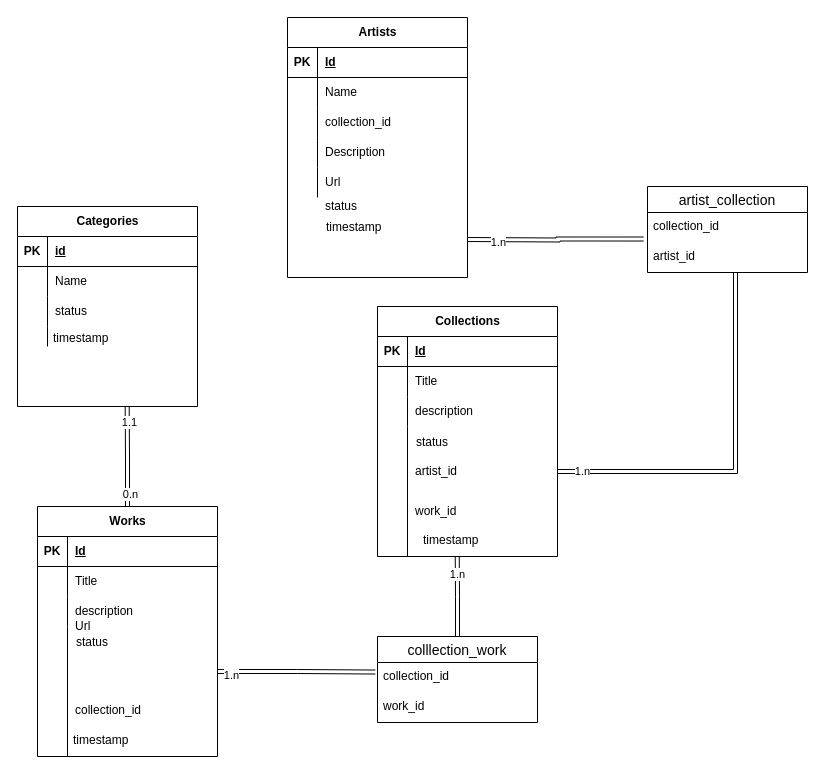
Above: mcd.drawio in sandrajade/Atelierdusud (draw.io), before the change. Source tidied: cells renumbered, new cells numbered last; positions are measured from the earlier drawing's top-left corner, leaving out a move shared by most shapes. Both pictures are drawn from the tidied source at 100%, with x=0, y=0 at pixel (17, 17).
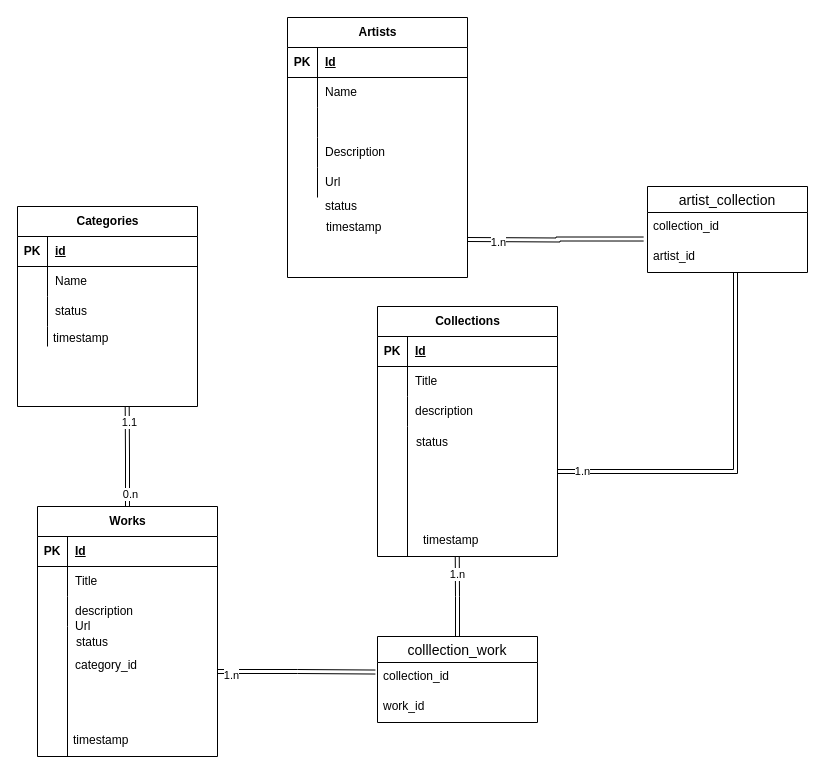
Above is the later version.

The change refers to these unchanged cells:
```xml
<mxCell id="22" style="shape=tableRow;horizontal=0;startSize=0;swimlaneHead=0;swimlaneBody=0;fillColor=none;top=0;left=0;right=0;bottom=0;" parent="15" vertex="1">
  <mxGeometry y="90" width="180" height="30" as="geometry" />
</mxCell>
<mxCell id="47" style="shape=tableRow;horizontal=0;startSize=0;swimlaneHead=0;swimlaneBody=0;fillColor=none;points=[[0,0.5],[1,0.5]];portConstraint=eastwest;top=0;left=0;right=0;bottom=0;" parent="1" vertex="1">
  <mxGeometry x="360" y="439" width="180" height="30" as="geometry" />
</mxCell>
<mxCell id="50" style="shape=tableRow;horizontal=0;startSize=0;swimlaneHead=0;swimlaneBody=0;fillColor=none;top=0;left=0;right=0;bottom=0;" parent="1" vertex="1">
  <mxGeometry x="360" y="479" width="180" height="30" as="geometry" />
</mxCell>
<mxCell id="75" style="shape=tableRow;horizontal=0;startSize=0;swimlaneHead=0;swimlaneBody=0;fillColor=none;points=[[0,0.5],[1,0.5]];portConstraint=eastwest;top=0;left=0;right=0;bottom=0;" parent="1" vertex="1">
  <mxGeometry x="20" y="639" width="180" height="30" as="geometry" />
</mxCell>
<mxCell id="78" style="shape=tableRow;horizontal=0;startSize=0;swimlaneHead=0;swimlaneBody=0;fillColor=none;top=0;left=0;right=0;bottom=0;" parent="1" vertex="1">
  <mxGeometry x="20" y="679" width="180" height="30" as="geometry" />
</mxCell>
```

Change to the diagram source:
```diff
@@
-    <mxCell id="24" value="collection_id" style="shape=partialRectangle;fillColor=none;top=0;left=0;bottom=0;right=0;align=left;spacingLeft=6;overflow=hidden;whiteSpace=wrap;html=1;" parent="22" vertex="1">
+    <mxCell id="24" style="shape=partialRectangle;fillColor=none;top=0;left=0;bottom=0;right=0;align=left;spacingLeft=6;overflow=hidden;whiteSpace=wrap;html=1;" parent="22" vertex="1">
       <mxGeometry x="30" width="150" height="30" as="geometry" />
     </mxCell>
@@
-    <mxCell id="49" value="artist_id" style="shape=partialRectangle;fillColor=none;top=0;left=0;bottom=0;right=0;align=left;spacingLeft=6;overflow=hidden;whiteSpace=wrap;html=1;" parent="47" vertex="1">
+    <mxCell id="49" style="shape=partialRectangle;fillColor=none;top=0;left=0;bottom=0;right=0;align=left;spacingLeft=6;overflow=hidden;whiteSpace=wrap;html=1;" parent="47" vertex="1">
       <mxGeometry x="30" width="150" height="30" as="geometry" />
     </mxCell>
@@
-    <mxCell id="52" value="work_id" style="shape=partialRectangle;fillColor=none;top=0;left=0;bottom=0;right=0;align=left;spacingLeft=6;overflow=hidden;whiteSpace=wrap;html=1;" parent="50" vertex="1">
+    <mxCell id="52" style="shape=partialRectangle;fillColor=none;top=0;left=0;bottom=0;right=0;align=left;spacingLeft=6;overflow=hidden;whiteSpace=wrap;html=1;" parent="50" vertex="1">
       <mxGeometry x="30" width="150" height="30" as="geometry" />
     </mxCell>
@@
-    <mxCell id="77" style="shape=partialRectangle;fillColor=none;top=0;left=0;bottom=0;right=0;align=left;spacingLeft=6;overflow=hidden;whiteSpace=wrap;html=1;" parent="75" vertex="1">
+    <mxCell id="77" value="category_id" style="shape=partialRectangle;fillColor=none;top=0;left=0;bottom=0;right=0;align=left;spacingLeft=6;overflow=hidden;whiteSpace=wrap;html=1;" parent="75" vertex="1">
       <mxGeometry x="30" y="-6" width="150" height="30" as="geometry" />
     </mxCell>
@@
-    <mxCell id="80" value="collection_id" style="shape=partialRectangle;fillColor=none;top=0;left=0;bottom=0;right=0;align=left;spacingLeft=6;overflow=hidden;whiteSpace=wrap;html=1;" parent="78" vertex="1">
+    <mxCell id="80" style="shape=partialRectangle;fillColor=none;top=0;left=0;bottom=0;right=0;align=left;spacingLeft=6;overflow=hidden;whiteSpace=wrap;html=1;" parent="78" vertex="1">
       <mxGeometry x="30" y="-1" width="150" height="30" as="geometry" />
     </mxCell>
```
